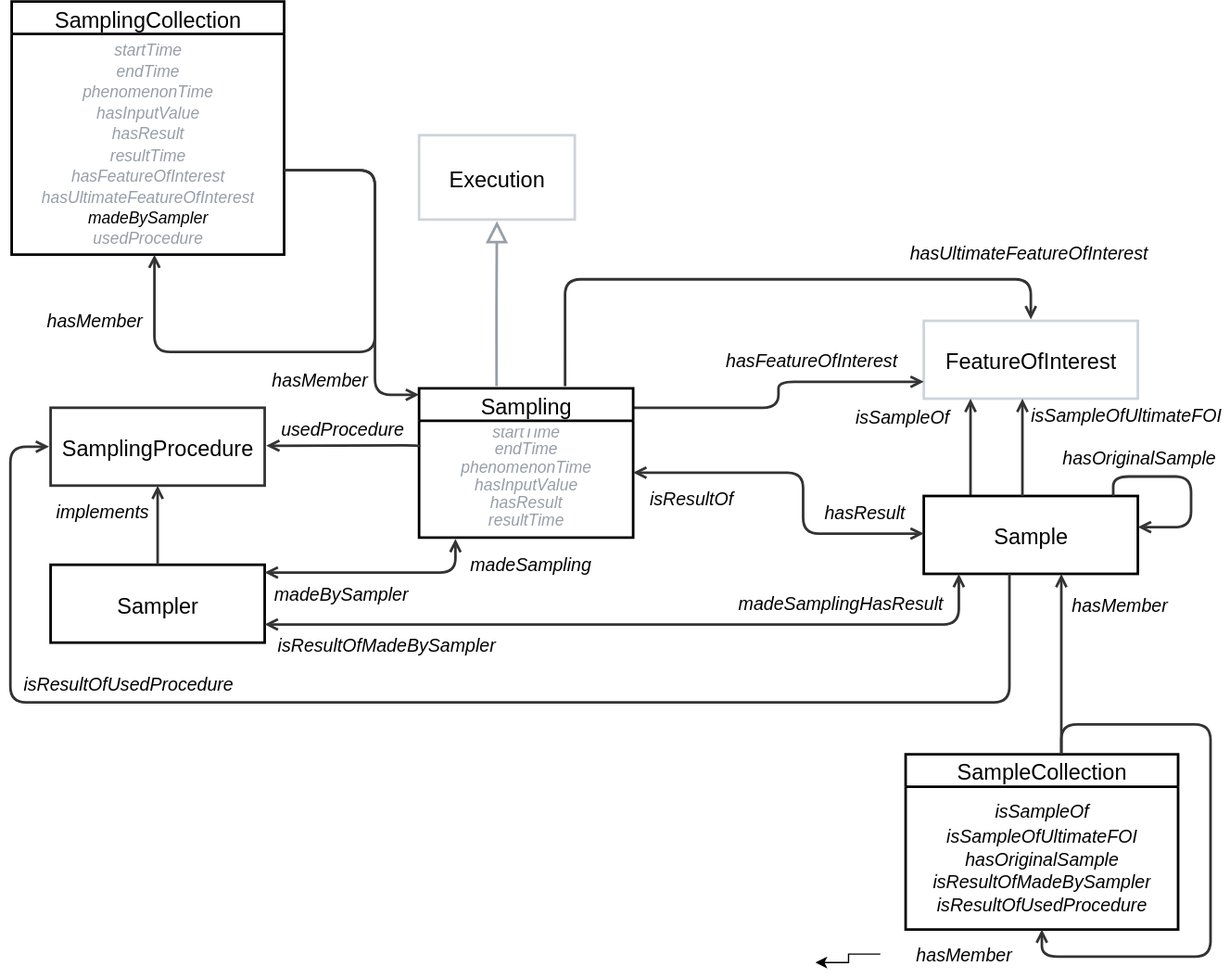
Above: ssn/images/Sampling.svg in w3c/sdw-sosa-ssn (draw.io), before the change. Source tidied: cells renumbered, new cells last; positions are measured from the earlier drawing's top-left corner, leaving out a move shared by most shapes.
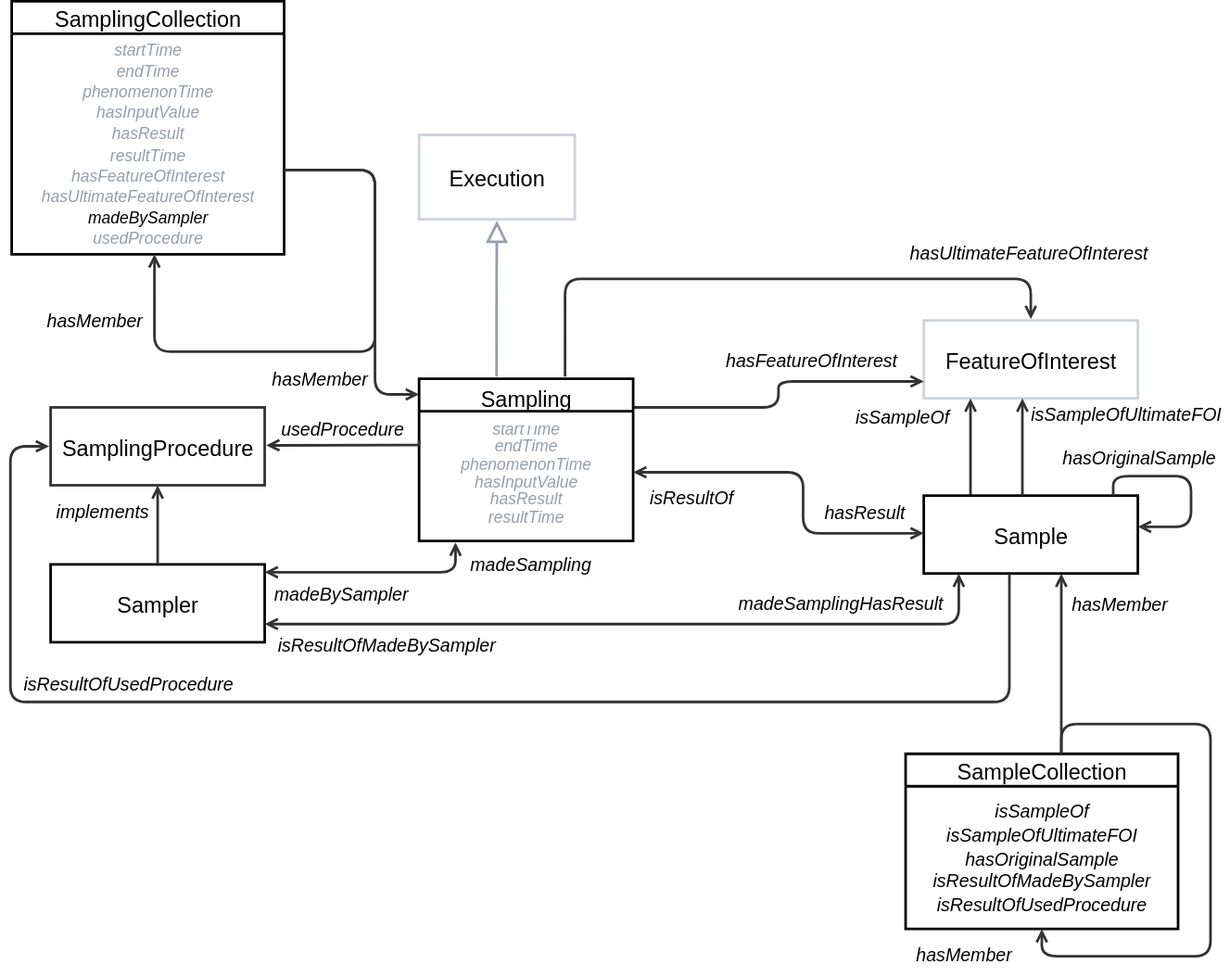
Above is the later version.

Change to the diagram source:
```diff
@@ -22,11 +22,11 @@
     <mxCell id="6" value="hasFeatureOfInterest" style="html=1;overflow=block;blockSpacing=1;whiteSpace=wrap;fontSize=14;fontStyle=2;align=center;spacing=0;strokeColor=none;strokeOpacity=100;fillOpacity=100;fillColor=none;strokeWidth=2;lucidId=o17gQQJ62XIS;fontColor=default;convertToSvg=1;" parent="1" vertex="1">
       <mxGeometry x="545" y="261" width="145" height="30" as="geometry" />
     </mxCell>
-    <mxCell id="7" value="Sampling" style="html=1;overflow=block;blockSpacing=1;swimlane;horizontal=1;fontStyle=0;swimlaneFillColor=none;startSize=25;whiteSpace=wrap;fontSize=16.8;align=center;spacing=0;strokeOpacity=100;fillColor=none;strokeWidth=2;fontColor=default;convertToSvg=1;" parent="1" vertex="1">
-      <mxGeometry x="315" y="298" width="165" height="115" as="geometry" />
+    <mxCell id="7" value="Sampling" style="html=1;overflow=block;blockSpacing=1;swimlane;horizontal=1;fontStyle=0;swimlaneFillColor=none;startSize=25;whiteSpace=wrap;fontSize=16.8;align=center;spacing=0;strokeOpacity=100;fillColor=none;strokeWidth=2;fontColor=default;convertToSvg=1;spacingTop=3;" parent="1" vertex="1">
+      <mxGeometry x="315" y="291" width="165" height="125" as="geometry" />
     </mxCell>
-    <mxCell id="8" value="&lt;div style=&quot;display: flex; justify-content: center; text-align: center; align-items: baseline; line-height: 1.25; margin-top: -2px;&quot;&gt;&lt;span style=&quot;font-style: italic;&quot;&gt;&lt;div style=&quot;border-color: var(--border-color); font-size: 12.5px; display: flex; justify-content: center; align-items: baseline; line-height: 1.25; margin-top: -2px;&quot;&gt;&lt;font style=&quot;border-color: var(--border-color);&quot;&gt;&lt;font style=&quot;border-color: var(--border-color);&quot; color=&quot;#979ea8&quot;&gt;startTime&lt;/font&gt;&lt;/font&gt;&lt;/div&gt;&lt;div style=&quot;border-color: var(--border-color); font-size: 12.5px; display: flex; justify-content: center; align-items: baseline; line-height: 1.25; margin-top: -2px;&quot;&gt;&lt;font style=&quot;border-color: var(--border-color);&quot;&gt;&lt;font style=&quot;border-color: var(--border-color);&quot; color=&quot;#979ea8&quot;&gt;endTime&lt;/font&gt;&lt;/font&gt;&lt;/div&gt;&lt;div style=&quot;border-color: var(--border-color); font-size: 12.5px; display: flex; justify-content: center; align-items: baseline; line-height: 1.25; margin-top: -2px;&quot;&gt;&lt;font style=&quot;border-color: var(--border-color);&quot;&gt;&lt;font style=&quot;border-color: var(--border-color);&quot; color=&quot;#979ea8&quot;&gt;phenomenonTime&lt;/font&gt;&lt;/font&gt;&lt;/div&gt;&lt;div style=&quot;border-color: var(--border-color); font-size: 12.5px; display: flex; justify-content: center; align-items: baseline; line-height: 1.25; margin-top: -2px;&quot;&gt;&lt;font style=&quot;border-color: var(--border-color);&quot;&gt;&lt;font style=&quot;border-color: var(--border-color);&quot; color=&quot;#979ea8&quot;&gt;hasInputValue&lt;/font&gt;&lt;/font&gt;&lt;/div&gt;&lt;div style=&quot;border-color: var(--border-color); font-size: 12.5px; display: flex; justify-content: center; align-items: baseline; line-height: 1.25; margin-top: -2px;&quot;&gt;&lt;font style=&quot;border-color: var(--border-color);&quot;&gt;&lt;font style=&quot;border-color: var(--border-color);&quot; color=&quot;#979ea8&quot;&gt;hasResult&lt;/font&gt;&lt;/font&gt;&lt;/div&gt;&lt;div style=&quot;border-color: var(--border-color); font-size: 12.5px; display: flex; justify-content: center; align-items: baseline; line-height: 1.25; margin-top: -2px;&quot;&gt;&lt;font style=&quot;border-color: var(--border-color);&quot;&gt;&lt;font style=&quot;border-color: var(--border-color);&quot; color=&quot;#979ea8&quot;&gt;resultTime&lt;/font&gt;&lt;/font&gt;&lt;/div&gt;&lt;/span&gt;&lt;/div&gt;" style="html=1;strokeColor=none;fillColor=none;verticalAlign=middle;spacingLeft=4;spacingRight=4;overflow=hidden;points=[[0,0.5],[1,0.5]];portConstraint=eastwest;swimlaneFillColor=#unset;strokeOpacity=100;whiteSpace=wrap;fontSize=15.2;fontStyle=2;align=center;fontColor=default;strokeWidth=2;convertToSvg=1;fontFamily=Helvetica;" parent="7" vertex="1">
-      <mxGeometry y="25" width="165" height="90" as="geometry" />
+    <mxCell id="8" value="&lt;div style=&quot;display: flex; justify-content: center; text-align: center; align-items: baseline; line-height: 1.25; margin-top: -2px;&quot;&gt;&lt;span style=&quot;font-style: italic;&quot;&gt;&lt;div style=&quot;border-color: var(--border-color); font-size: 12.5px; display: flex; justify-content: center; align-items: baseline; line-height: 1.25; margin-top: -2px;&quot;&gt;&lt;font style=&quot;border-color: var(--border-color);&quot;&gt;&lt;font style=&quot;border-color: var(--border-color);&quot; color=&quot;#979ea8&quot;&gt;startTime&lt;/font&gt;&lt;/font&gt;&lt;/div&gt;&lt;div style=&quot;border-color: var(--border-color); font-size: 12.5px; display: flex; justify-content: center; align-items: baseline; line-height: 1.25; margin-top: -2px;&quot;&gt;&lt;font style=&quot;border-color: var(--border-color);&quot;&gt;&lt;font style=&quot;border-color: var(--border-color);&quot; color=&quot;#979ea8&quot;&gt;endTime&lt;/font&gt;&lt;/font&gt;&lt;/div&gt;&lt;div style=&quot;border-color: var(--border-color); font-size: 12.5px; display: flex; justify-content: center; align-items: baseline; line-height: 1.25; margin-top: -2px;&quot;&gt;&lt;font style=&quot;border-color: var(--border-color);&quot;&gt;&lt;font style=&quot;border-color: var(--border-color);&quot; color=&quot;#979ea8&quot;&gt;phenomenonTime&lt;/font&gt;&lt;/font&gt;&lt;/div&gt;&lt;div style=&quot;border-color: var(--border-color); font-size: 12.5px; display: flex; justify-content: center; align-items: baseline; line-height: 1.25; margin-top: -2px;&quot;&gt;&lt;font style=&quot;border-color: var(--border-color);&quot;&gt;&lt;font style=&quot;border-color: var(--border-color);&quot; color=&quot;#979ea8&quot;&gt;hasInputValue&lt;/font&gt;&lt;/font&gt;&lt;/div&gt;&lt;div style=&quot;border-color: var(--border-color); font-size: 12.5px; display: flex; justify-content: center; align-items: baseline; line-height: 1.25; margin-top: -2px;&quot;&gt;&lt;font style=&quot;border-color: var(--border-color);&quot;&gt;&lt;font style=&quot;border-color: var(--border-color);&quot; color=&quot;#979ea8&quot;&gt;hasResult&lt;/font&gt;&lt;/font&gt;&lt;/div&gt;&lt;div style=&quot;border-color: var(--border-color); font-size: 12.5px; display: flex; justify-content: center; align-items: baseline; line-height: 1.25; margin-top: -2px;&quot;&gt;&lt;font style=&quot;border-color: var(--border-color);&quot;&gt;&lt;font style=&quot;border-color: var(--border-color);&quot; color=&quot;#979ea8&quot;&gt;resultTime&lt;/font&gt;&lt;/font&gt;&lt;/div&gt;&lt;/span&gt;&lt;/div&gt;" style="html=1;strokeColor=none;fillColor=none;verticalAlign=middle;spacingLeft=2;spacingRight=2;overflow=hidden;points=[[0,0.5],[1,0.5]];portConstraint=eastwest;swimlaneFillColor=#unset;strokeOpacity=100;whiteSpace=wrap;fontSize=15.2;fontStyle=2;align=center;fontColor=default;strokeWidth=2;convertToSvg=1;fontFamily=Helvetica;spacingTop=2;spacingBottom=2;" parent="7" vertex="1">
+      <mxGeometry y="25" width="165" height="100" as="geometry" />
     </mxCell>
     <mxCell id="9" value="Sampler" style="html=1;overflow=block;blockSpacing=1;whiteSpace=wrap;fontSize=16.8;align=center;spacing=0;strokeOpacity=100;fillColor=none;strokeWidth=2;fontColor=default;convertToSvg=1;" parent="1" vertex="1">
       <mxGeometry x="31" y="434" width="165" height="60" as="geometry" />
@@ -166,11 +166,6 @@
     <mxCell id="35" value="hasMember" style="html=1;overflow=block;blockSpacing=1;whiteSpace=wrap;fontSize=14;fontStyle=2;align=center;spacing=0;strokeColor=none;strokeOpacity=100;fillOpacity=100;fillColor=none;strokeWidth=2;lucidId=TQwipDJagVQC;fontColor=default;convertToSvg=1;" parent="1" vertex="1">
       <mxGeometry x="810" y="449" width="90" height="30" as="geometry" />
     </mxCell>
-    <mxCell id="36" style="edgeStyle=orthogonalEdgeStyle;rounded=0;jettySize=auto;html=1;" parent="1" edge="1" source="37">
-      <mxGeometry relative="1" as="geometry">
-        <mxPoint x="620" y="740" as="targetPoint" />
-      </mxGeometry>
-    </mxCell>
     <mxCell id="37" value="hasMember" style="html=1;overflow=block;blockSpacing=1;whiteSpace=wrap;fontSize=14;fontStyle=2;align=center;spacing=0;strokeColor=none;strokeOpacity=100;fillOpacity=100;fillColor=none;strokeWidth=2;lucidId=TQwiKcx4_--O;fontColor=default;convertToSvg=1;" parent="1" vertex="1">
       <mxGeometry x="670" y="715" width="130" height="37" as="geometry" />
     </mxCell>
```
